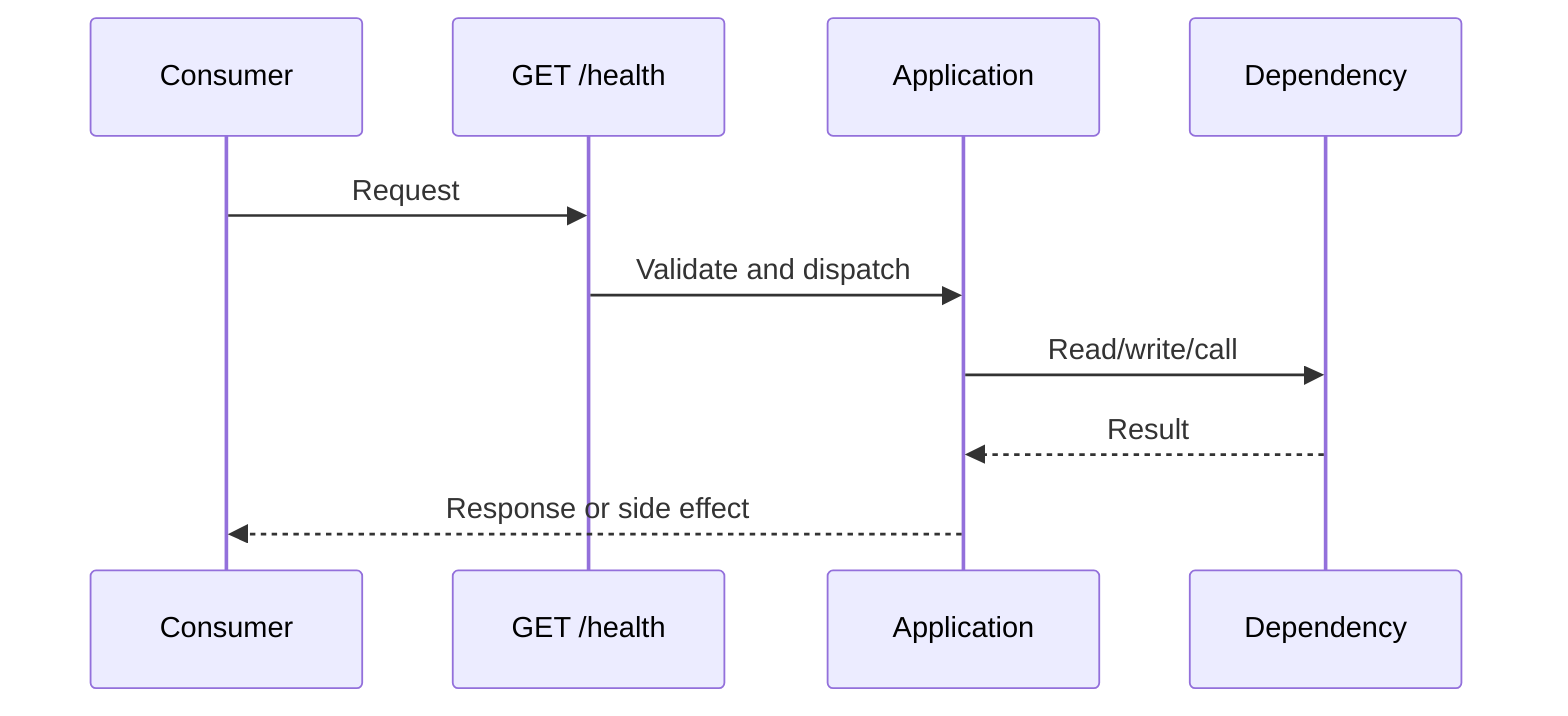
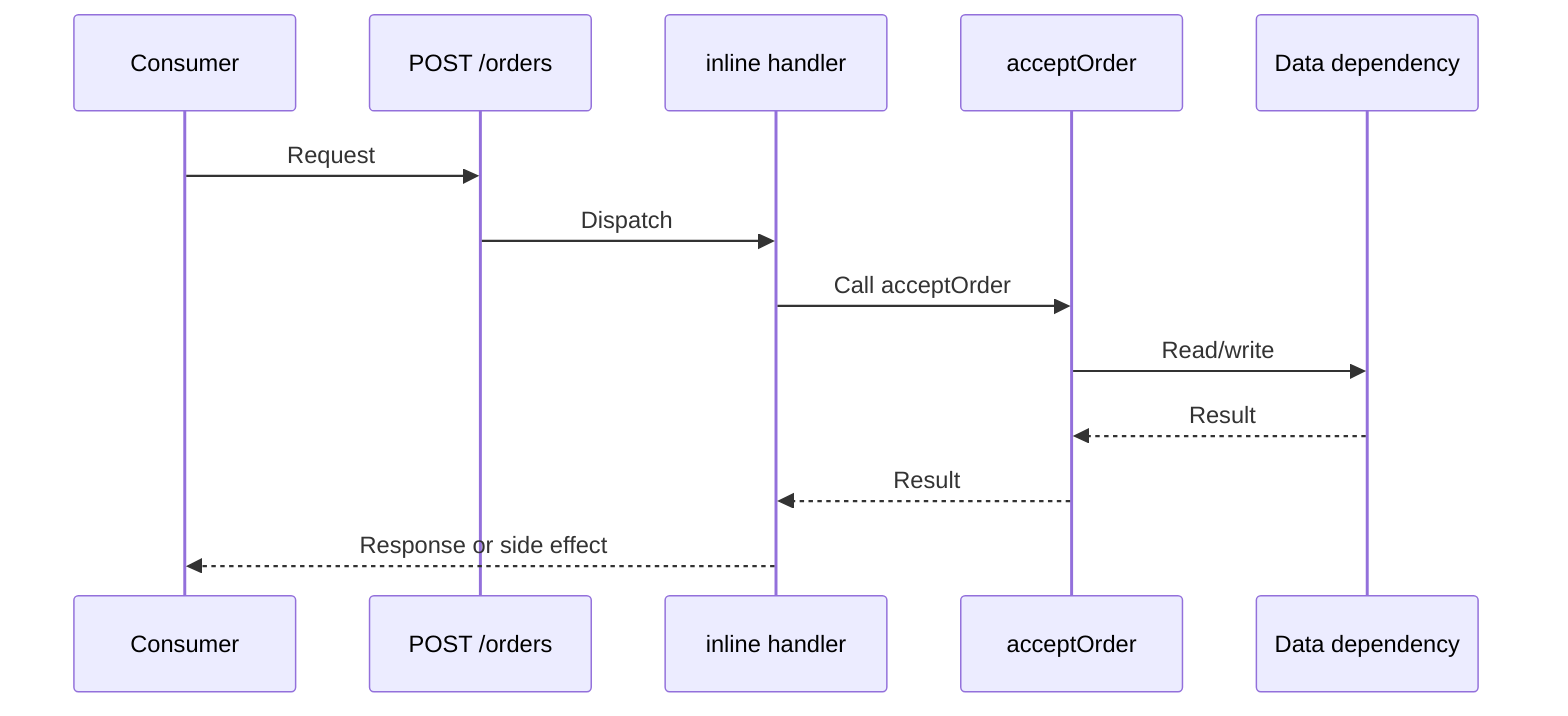
sequenceDiagram
  participant Consumer
-   participant Route as GET /health
-   participant Application
-   participant Dependency
+   participant Route as POST /orders
+   participant Handler as inline handler
+   participant Service as acceptOrder
+   participant Data as Data dependency

  Consumer->>Route: Request
-   Route->>Application: Validate and dispatch
-   Application->>Dependency: Read/write/call
-   Dependency-->>Application: Result
-   Application-->>Consumer: Response or side effect
+   Route->>Handler: Dispatch
+   Handler->>Service: Call acceptOrder
+   Service->>Data: Read/write
+   Data-->>Service: Result
+   Service-->>Handler: Result
+   Handler-->>Consumer: Response or side effect
